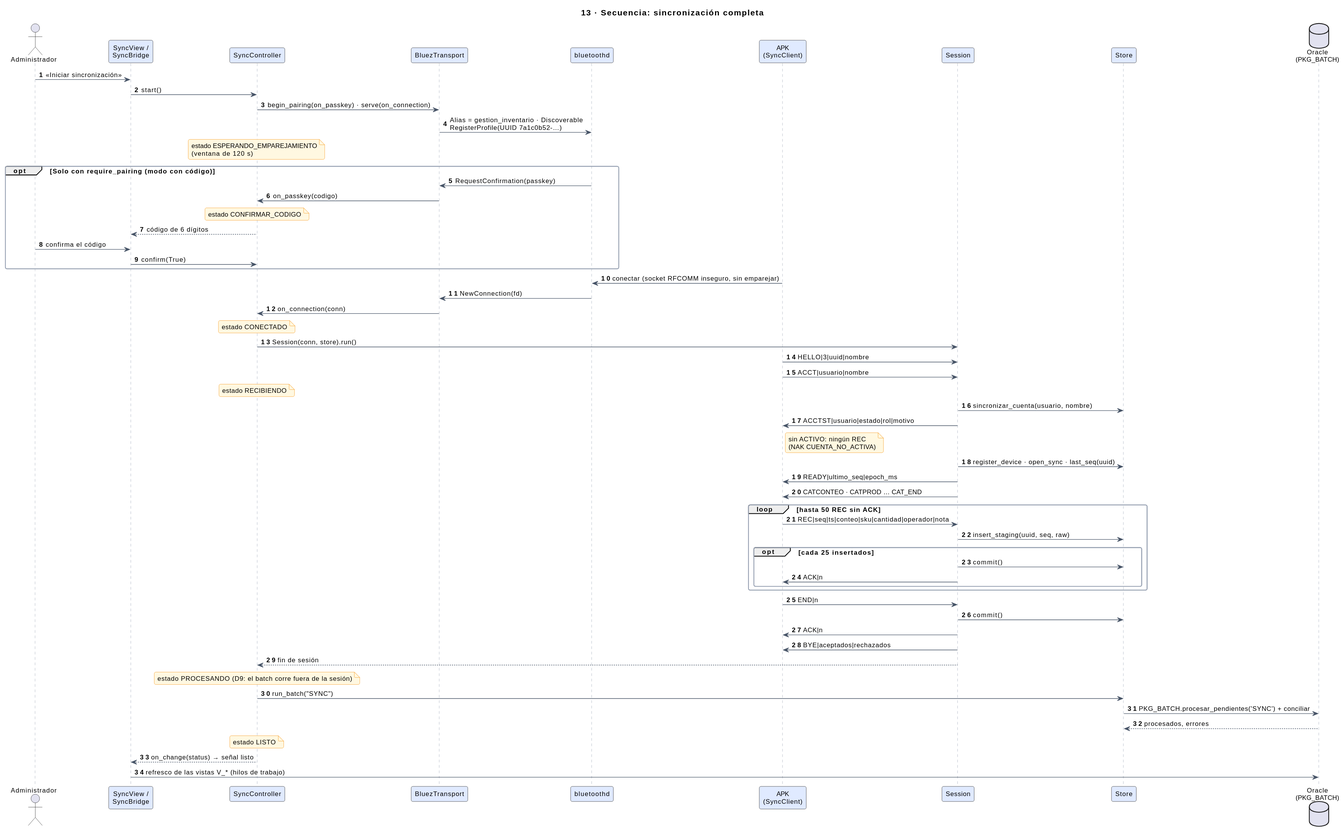
Before: docs/img/uml/13-secuencia-sincronizacion.svg, a diagram exported from PlantUML (sebas-archive/kardex-bt).
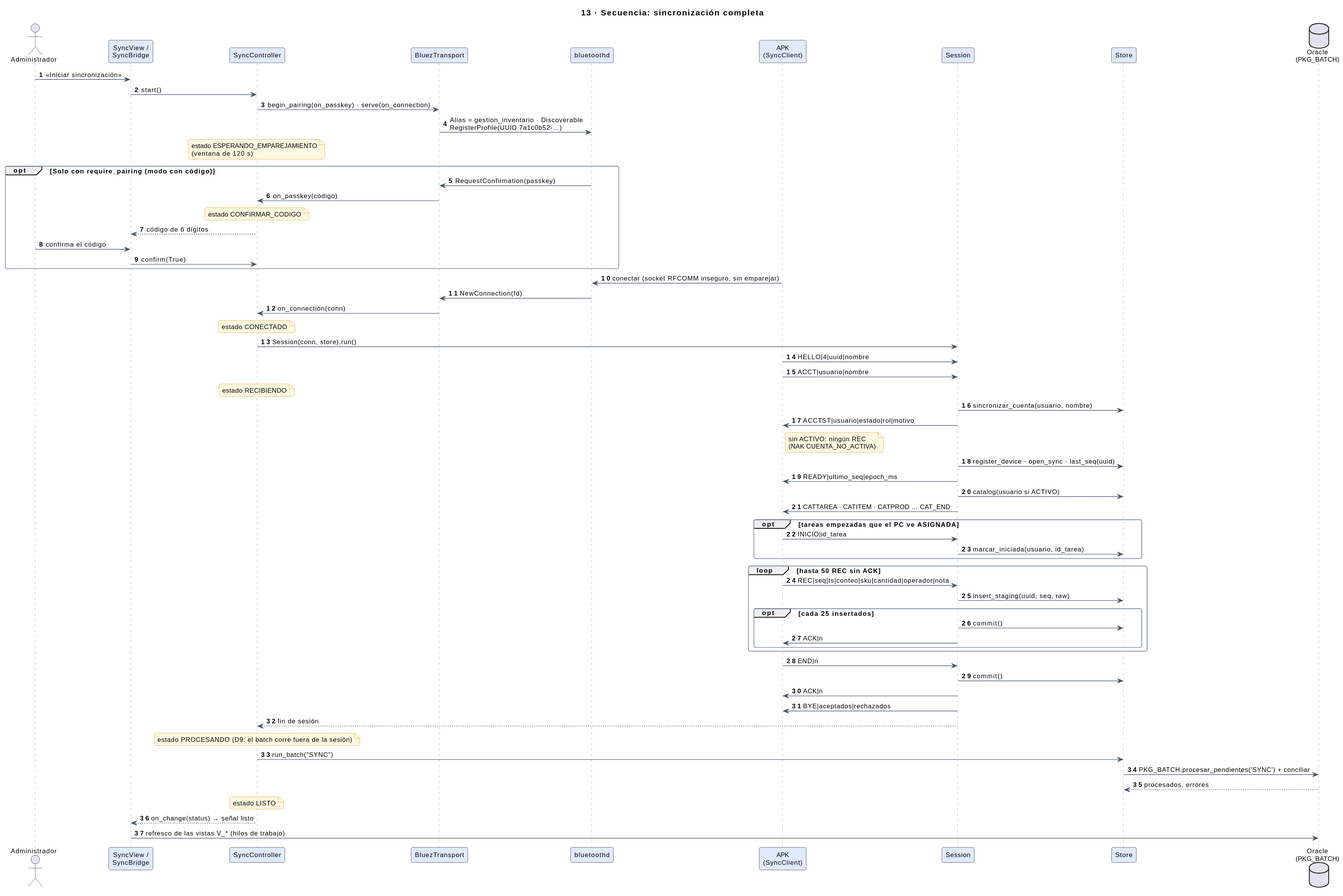
After the change.

The edit, as a diff of the source:
```diff
@@ -30,7 +30,7 @@
 bz -> ctrl : on_connection(conn)
 note over ctrl : estado CONECTADO
 ctrl -> ses : Session(conn, store).run()
-apk -> ses : HELLO|3|uuid|nombre
+apk -> ses : HELLO|4|uuid|nombre
 apk -> ses : ACCT|usuario|nombre
 note over ctrl : estado RECIBIENDO
 ses -> st : sincronizar_cuenta(usuario, nombre)
@@ -38,7 +38,12 @@
 note right of apk : sin ACTIVO: ningún REC\n(NAK CUENTA_NO_ACTIVA)
 ses -> st : register_device · open_sync · last_seq(uuid)
 ses -> apk : READY|ultimo_seq|epoch_ms
-ses -> apk : CATCONTEO · CATPROD … CAT_END
+ses -> st : catalog(usuario si ACTIVO)
+ses -> apk : CATTAREA · CATITEM · CATPROD … CAT_END
+opt tareas empezadas que el PC ve ASIGNADA
+  apk -> ses : INICIO|id_tarea
+  ses -> st : marcar_iniciada(usuario, id_tarea)
+end
 loop hasta 50 REC sin ACK
   apk -> ses : REC|seq|ts|conteo|sku|cantidad|operador|nota
   ses -> st : insert_staging(uuid, seq, raw)
```
